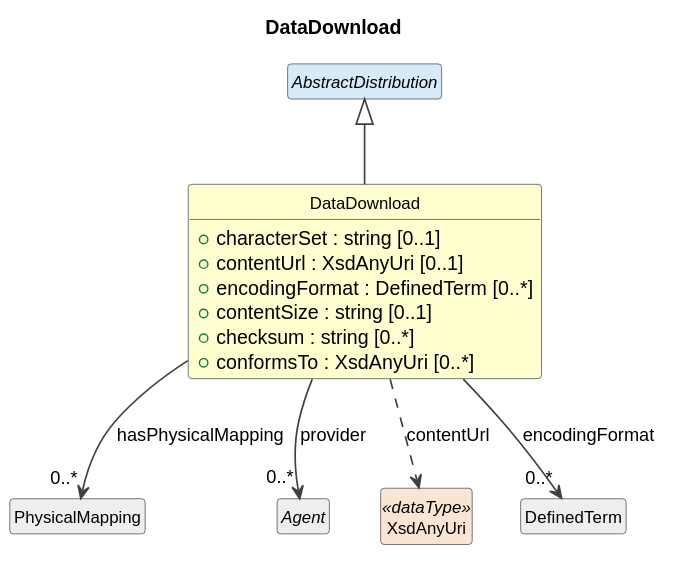
The PlantUML diagram cdif-uml-model/_plantuml/cdifDataStructure/Classes/DataDownload.svg in Cross-Domain-Interoperability-Framework/metadataBuildingBlocks, before a commit.
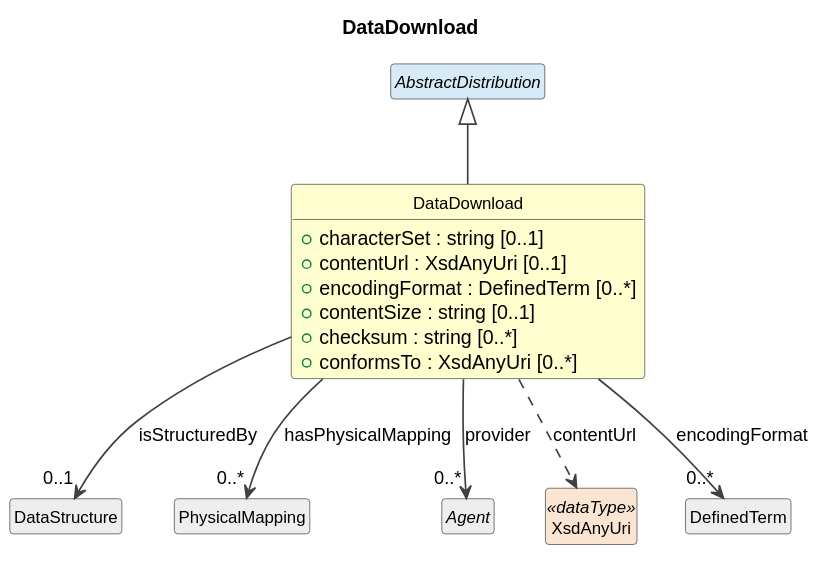
The same file after the commit.

The edit, as a diff of the source:
```diff
@@ -20,6 +20,8 @@
 }
 abstract class "AbstractDistribution" as AbstractDistribution #D6EAF8
 AbstractDistribution <|-- DataDownload
+class "DataStructure" as DataStructure #EEEEEE
+DataDownload --> "0..1" DataStructure : isStructuredBy
 class "PhysicalMapping" as PhysicalMapping #EEEEEE
 DataDownload --> "0..*" PhysicalMapping : hasPhysicalMapping
 abstract class "Agent" as Agent #EEEEEE
```
